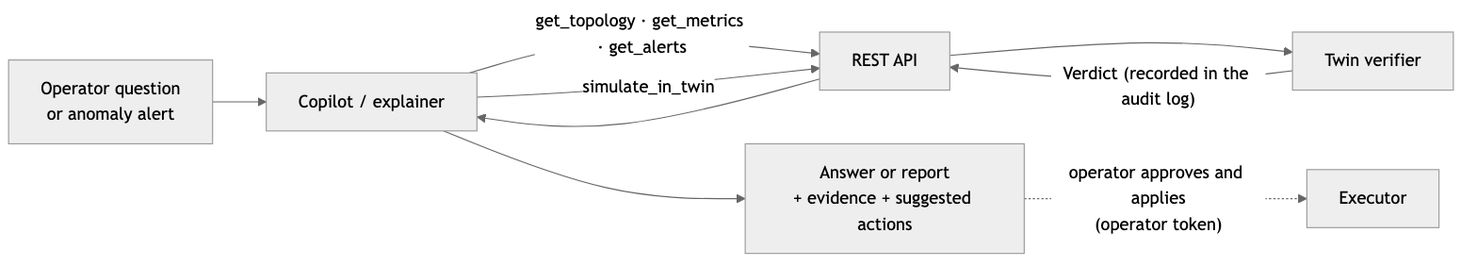
Earlier version of the Mermaid export docs/report/figures/fig-3-3.png (AggimallaAbhishek/Digital-Twin-SDN). Its source is kept beside it as docs/report/figures/fig-3-3.mmd.
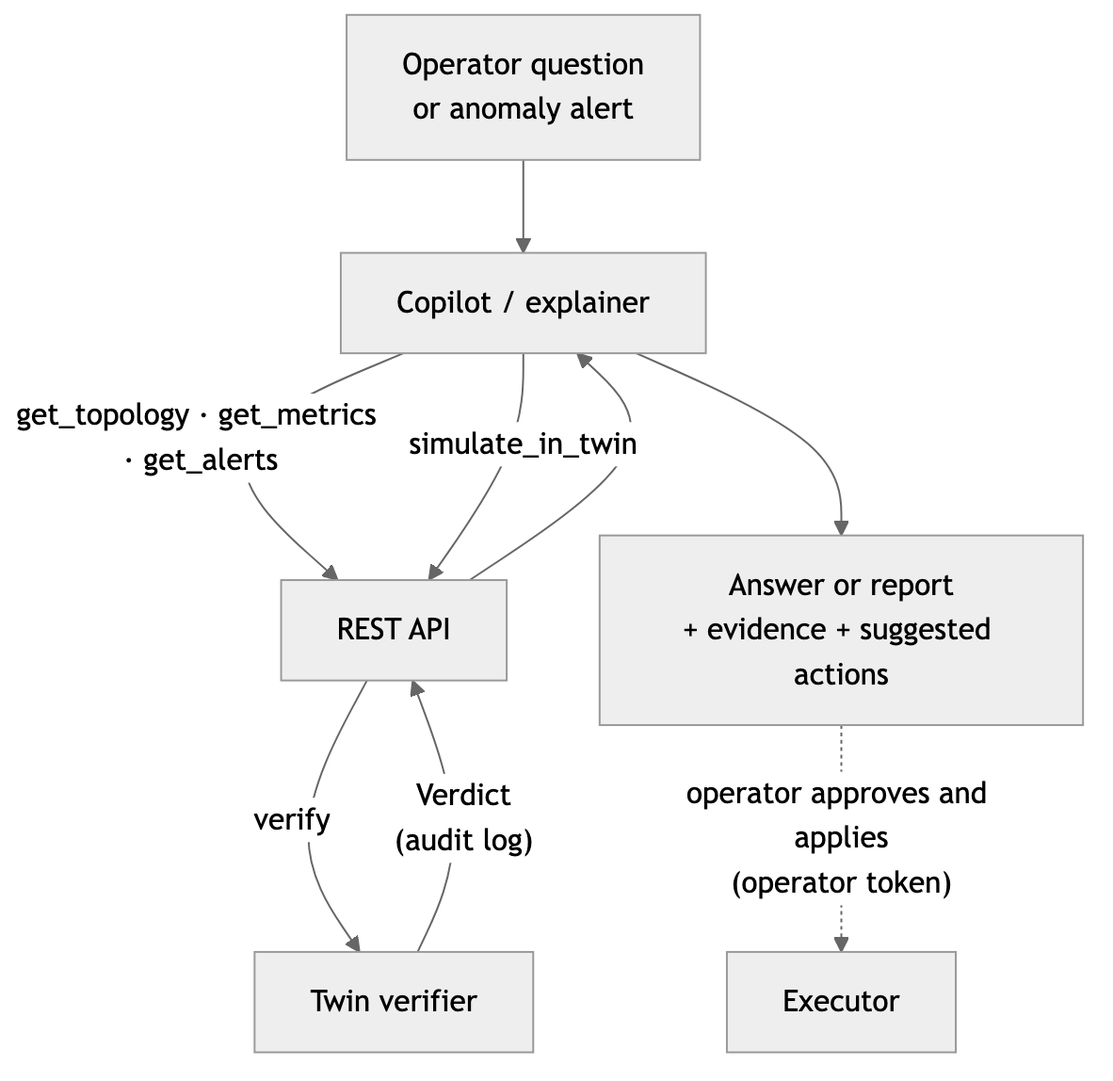
Later version of the same file.

Commit message:
docs: simplify architecture diagrams and update report progress status

The edit, as a diff of the source:
```diff
@@ -1,9 +1,9 @@
-flowchart LR
+flowchart TB
     Q["Operator question<br/>or anomaly alert"] --> AG["Copilot / explainer"]
     AG -- "get_topology · get_metrics · get_alerts" --> API["REST API"]
     AG -- "simulate_in_twin" --> API
-    API --> TW["Twin verifier"]
-    TW -- "Verdict (recorded in the audit log)" --> API
+    API -- "verify" --> TW["Twin verifier"]
+    TW -- "Verdict<br/>(audit log)" --> API
     API --> AG
     AG --> R["Answer or report<br/>+ evidence + suggested actions"]
     R -. "operator approves and applies<br/>(operator token)" .-> EX["Executor"]
```
